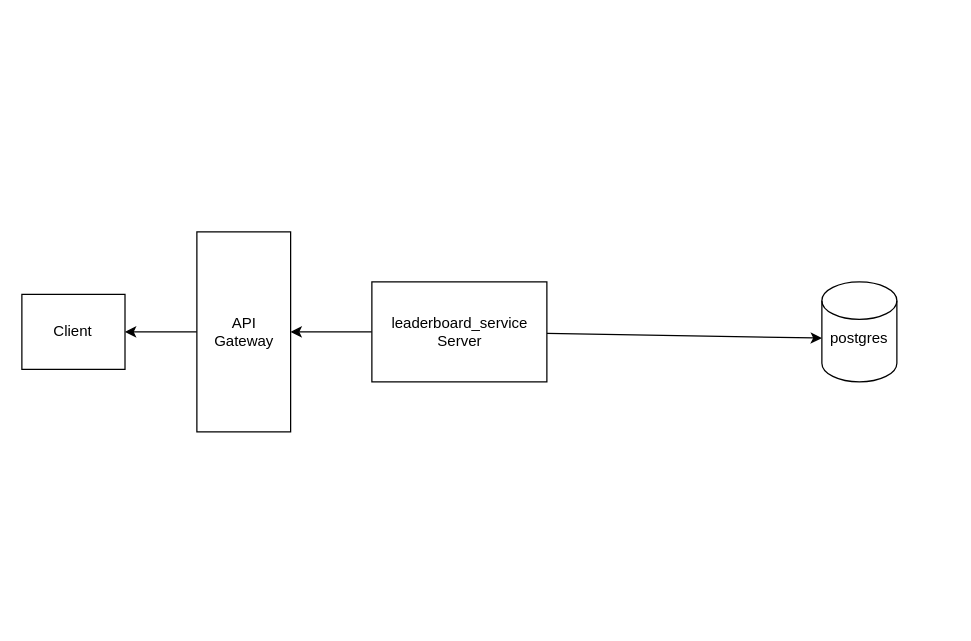
This is pipeline.drawio from bishnutimalsina1/realtime_leaderboard, a draw.io file, before an edit. Source tidied: cells renumbered, new cells numbered last; positions are measured from the earlier drawing's top-left corner, leaving out a move shared by most shapes. Both pictures are drawn from the tidied source at 125%, with x=0, y=0 at pixel (21, 231).
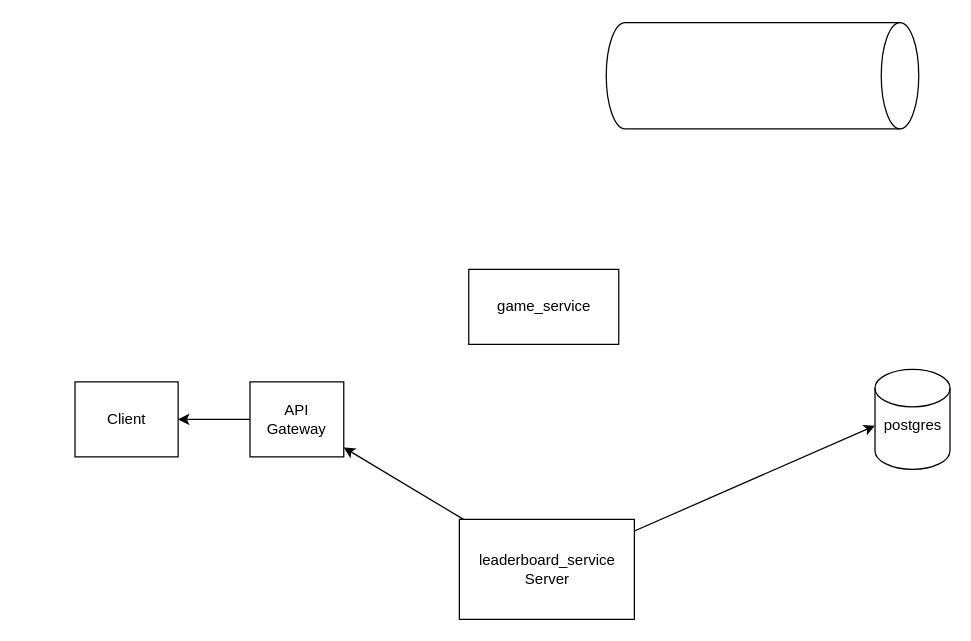
Above is the later version.

Commit message (it also covers changes not shown here):
Added game_service to generate game score data every 10 sec

What changed in the source:
```diff
@@
 <mxGraphModel>
   <root>
     <mxCell id="0" />
     <mxCell id="1" parent="0" />
     <mxCell id="2" style="edgeStyle=none;html=1;entryX=0;entryY=0.5;entryDx=0;entryDy=0;" parent="1" edge="1" source="4" target="6">
       <mxGeometry relative="1" as="geometry" />
     </mxCell>
     <mxCell id="3" style="edgeStyle=none;html=1;" parent="1" edge="1" source="4" target="9">
       <mxGeometry relative="1" as="geometry" />
     </mxCell>
     <mxCell id="4" style="rounded=0;whiteSpace=wrap;html=1;" parent="1" vertex="1">
-      <mxGeometry x="280" y="40" width="140" height="80" as="geometry" />
+      <mxGeometry x="350" y="230" width="140" height="80" as="geometry" />
     </mxCell>
     <mxCell id="5" style="shape=cylinder3;whiteSpace=wrap;html=1;boundedLbl=1;backgroundOutline=1;size=15;" parent="1" vertex="1">
-      <mxGeometry x="640" y="40" width="60" height="80" as="geometry" />
+      <mxGeometry x="682.5" y="110" width="60" height="80" as="geometry" />
     </mxCell>
     <mxCell id="6" value="postgres" style="text;html=1;align=center;verticalAlign=middle;whiteSpace=wrap;rounded=0;" parent="1" vertex="1">
-      <mxGeometry x="640" y="70" width="60" height="30" as="geometry" />
+      <mxGeometry x="682.5" y="140" width="60" height="30" as="geometry" />
     </mxCell>
     <mxCell id="7" value="&lt;div&gt;leaderboard_service Server&lt;/div&gt;" style="text;html=1;align=center;verticalAlign=middle;whiteSpace=wrap;rounded=0;" parent="1" vertex="1">
-      <mxGeometry x="292.5" y="50" width="115" height="60" as="geometry" />
+      <mxGeometry x="362.5" y="240" width="115" height="60" as="geometry" />
     </mxCell>
     <mxCell id="8" style="edgeStyle=none;html=1;" parent="1" edge="1" source="9" target="11">
       <mxGeometry relative="1" as="geometry" />
     </mxCell>
     <mxCell id="9" style="whiteSpace=wrap;html=1;rounded=0;" parent="1" vertex="1">
-      <mxGeometry x="140" width="75" height="160" as="geometry" />
+      <mxGeometry x="182.5" y="120" width="75" height="60" as="geometry" />
     </mxCell>
     <mxCell id="10" value="API Gateway" style="text;html=1;align=center;verticalAlign=middle;whiteSpace=wrap;rounded=0;" parent="1" vertex="1">
-      <mxGeometry x="147.5" y="65" width="60" height="30" as="geometry" />
+      <mxGeometry x="190" y="135" width="60" height="30" as="geometry" />
     </mxCell>
     <mxCell id="11" style="whiteSpace=wrap;html=1;rounded=0;" parent="1" vertex="1">
-      <mxGeometry y="50" width="82.5" height="60" as="geometry" />
+      <mxGeometry x="42.5" y="120" width="82.5" height="60" as="geometry" />
     </mxCell>
     <mxCell id="12" value="Client" style="text;html=1;align=center;verticalAlign=middle;whiteSpace=wrap;rounded=0;" parent="1" vertex="1">
-      <mxGeometry x="11.2" y="65" width="60" height="30" as="geometry" />
+      <mxGeometry x="53.8" y="135" width="60" height="30" as="geometry" />
     </mxCell>
+    <mxCell id="13" style="shape=cylinder3;whiteSpace=wrap;html=1;boundedLbl=1;backgroundOutline=1;size=15;rotation=90;" parent="1" vertex="1">
+      <mxGeometry x="550" y="-250" width="85" height="250" as="geometry" />
+    </mxCell>
+    <mxCell id="14" style="rounded=0;whiteSpace=wrap;html=1;" parent="1" vertex="1">
+      <mxGeometry x="357.5" y="30" width="120" height="60" as="geometry" />
+    </mxCell>
+    <mxCell id="15" value="game_service" style="text;html=1;align=center;verticalAlign=middle;whiteSpace=wrap;rounded=0;" parent="1" vertex="1">
+      <mxGeometry x="387.5" y="45" width="60" height="30" as="geometry" />
+    </mxCell>
   </root>
 </mxGraphModel>
```
